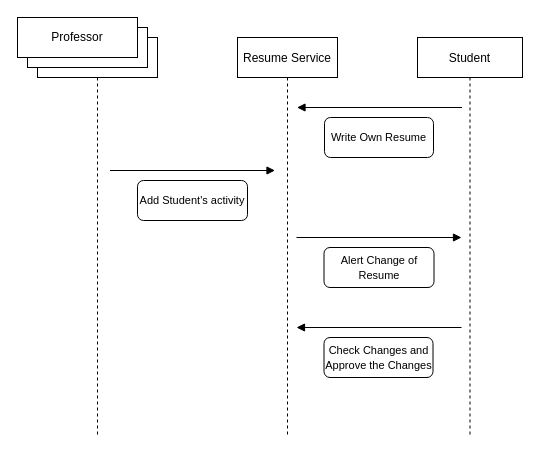
The draw.io diagram resume_service.drawio in han9rykim/Check_Git_Out, before the edit. Source tidied: cells renumbered, new cells numbered last; positions are measured from the earlier drawing's top-left corner, leaving out a move shared by most shapes. Both pictures are drawn from the tidied source at 100%, with x=0, y=0 at pixel (17, 17).
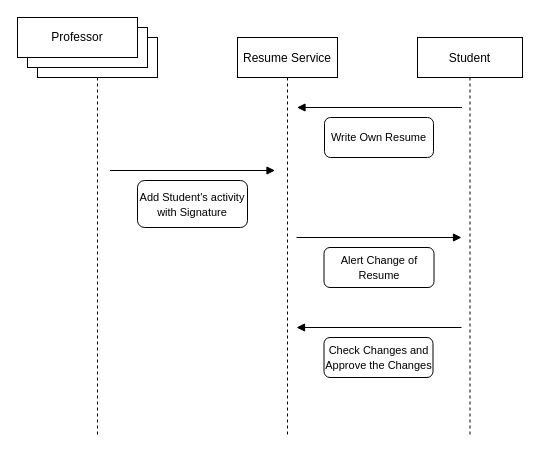
The same diagram, later.

Diff of the diagram source:
```diff
@@
 <mxGraphModel>
   <root>
     <mxCell id="0" />
     <mxCell id="1" parent="0" />
     <mxCell id="2" value="교수" style="shape=umlLifeline;perimeter=lifelinePerimeter;rounded=0;shadow=0;strokeWidth=1;" parent="1" vertex="1">
       <mxGeometry x="20" y="20" width="120" height="400" as="geometry" />
     </mxCell>
     <mxCell id="3" style="rounded=0;whiteSpace=wrap;html=1;" parent="2" vertex="1">
       <mxGeometry x="-10" y="-10" width="120" height="40" as="geometry" />
     </mxCell>
     <mxCell id="4" value="Professor" style="rounded=0;whiteSpace=wrap;html=1;" parent="2" vertex="1">
       <mxGeometry x="-20" y="-20" width="120" height="40" as="geometry" />
     </mxCell>
     <mxCell id="5" value="Resume Service" style="shape=umlLifeline;perimeter=lifelinePerimeter;rounded=0;shadow=0;strokeWidth=1;" parent="1" vertex="1">
       <mxGeometry x="220" y="20" width="100" height="400" as="geometry" />
     </mxCell>
     <mxCell id="6" style="verticalAlign=bottom;endArrow=block;shadow=0;strokeWidth=1;" parent="5" edge="1">
       <mxGeometry relative="1" as="geometry">
         <mxPoint x="-127.5" y="133" as="sourcePoint" />
         <mxPoint x="37.5" y="133" as="targetPoint" />
       </mxGeometry>
     </mxCell>
     <mxCell id="7" value="Student" style="shape=umlLifeline;perimeter=lifelinePerimeter;rounded=0;shadow=0;strokeWidth=1;" parent="1" vertex="1">
       <mxGeometry x="400" y="20" width="105" height="400" as="geometry" />
     </mxCell>
-    <mxCell id="8" value="&lt;span style=&quot;color: rgb(0 , 0 , 0) ; font-family: &amp;#34;helvetica&amp;#34; ; font-size: 11px ; font-style: normal ; font-weight: 400 ; letter-spacing: normal ; text-align: center ; text-indent: 0px ; text-transform: none ; word-spacing: 0px ; background-color: rgb(255 , 255 , 255) ; display: inline ; float: none&quot;&gt;Add Student's activity&lt;/span&gt;" style="rounded=1;whiteSpace=wrap;html=1;" parent="1" vertex="1">
-      <mxGeometry x="120" y="163" width="110" height="40" as="geometry" />
+    <mxCell id="8" value="&lt;span style=&quot;color: rgb(0 , 0 , 0) ; font-family: &amp;#34;helvetica&amp;#34; ; font-size: 11px ; font-style: normal ; font-weight: 400 ; letter-spacing: normal ; text-align: center ; text-indent: 0px ; text-transform: none ; word-spacing: 0px ; background-color: rgb(255 , 255 , 255) ; display: inline ; float: none&quot;&gt;Add Student's activity with Signature&lt;br&gt;&lt;/span&gt;" style="rounded=1;whiteSpace=wrap;html=1;" parent="1" vertex="1">
+      <mxGeometry x="120" y="163" width="110" height="47" as="geometry" />
     </mxCell>
     <mxCell id="9" style="verticalAlign=bottom;endArrow=block;shadow=0;strokeWidth=1;" parent="1" edge="1">
       <mxGeometry x="-0.7" y="30" relative="1" as="geometry">
         <mxPoint x="444.5" y="90" as="sourcePoint" />
         <mxPoint x="279.5" y="90" as="targetPoint" />
       </mxGeometry>
     </mxCell>
     <mxCell id="10" value="&lt;span style=&quot;color: rgb(0 , 0 , 0) ; font-family: &amp;#34;helvetica&amp;#34; ; font-size: 11px ; font-style: normal ; font-weight: 400 ; letter-spacing: normal ; text-align: center ; text-indent: 0px ; text-transform: none ; word-spacing: 0px ; background-color: rgb(255 , 255 , 255) ; display: inline ; float: none&quot;&gt;Write Own Resume&lt;/span&gt;" style="rounded=1;whiteSpace=wrap;html=1;" parent="1" vertex="1">
       <mxGeometry x="307" y="100" width="109" height="40" as="geometry" />
     </mxCell>
     <mxCell id="11" style="verticalAlign=bottom;endArrow=block;shadow=0;strokeWidth=1;" parent="1" edge="1">
       <mxGeometry relative="1" as="geometry">
         <mxPoint x="279" y="220" as="sourcePoint" />
         <mxPoint x="444" y="220" as="targetPoint" />
       </mxGeometry>
     </mxCell>
     <mxCell id="12" value="&lt;span style=&quot;color: rgb(0 , 0 , 0) ; font-family: &amp;#34;helvetica&amp;#34; ; font-size: 11px ; font-style: normal ; font-weight: 400 ; letter-spacing: normal ; text-align: center ; text-indent: 0px ; text-transform: none ; word-spacing: 0px ; background-color: rgb(255 , 255 , 255) ; display: inline ; float: none&quot;&gt;Alert Change of Resume&lt;br&gt;&lt;/span&gt;" style="rounded=1;whiteSpace=wrap;html=1;" parent="1" vertex="1">
       <mxGeometry x="306.5" y="230" width="110" height="40" as="geometry" />
     </mxCell>
     <mxCell id="13" style="verticalAlign=bottom;endArrow=block;shadow=0;strokeWidth=1;" parent="1" edge="1">
       <mxGeometry x="-0.7" y="30" relative="1" as="geometry">
         <mxPoint x="444" y="310" as="sourcePoint" />
         <mxPoint x="279" y="310" as="targetPoint" />
       </mxGeometry>
     </mxCell>
     <mxCell id="14" value="&lt;span style=&quot;color: rgb(0 , 0 , 0) ; font-family: &amp;#34;helvetica&amp;#34; ; font-size: 11px ; font-style: normal ; font-weight: 400 ; letter-spacing: normal ; text-align: center ; text-indent: 0px ; text-transform: none ; word-spacing: 0px ; background-color: rgb(255 , 255 , 255) ; display: inline ; float: none&quot;&gt;Check Changes and Approve the Changes&lt;/span&gt;" style="rounded=1;whiteSpace=wrap;html=1;" parent="1" vertex="1">
       <mxGeometry x="306.5" y="320" width="109" height="40" as="geometry" />
     </mxCell>
   </root>
 </mxGraphModel>
```
